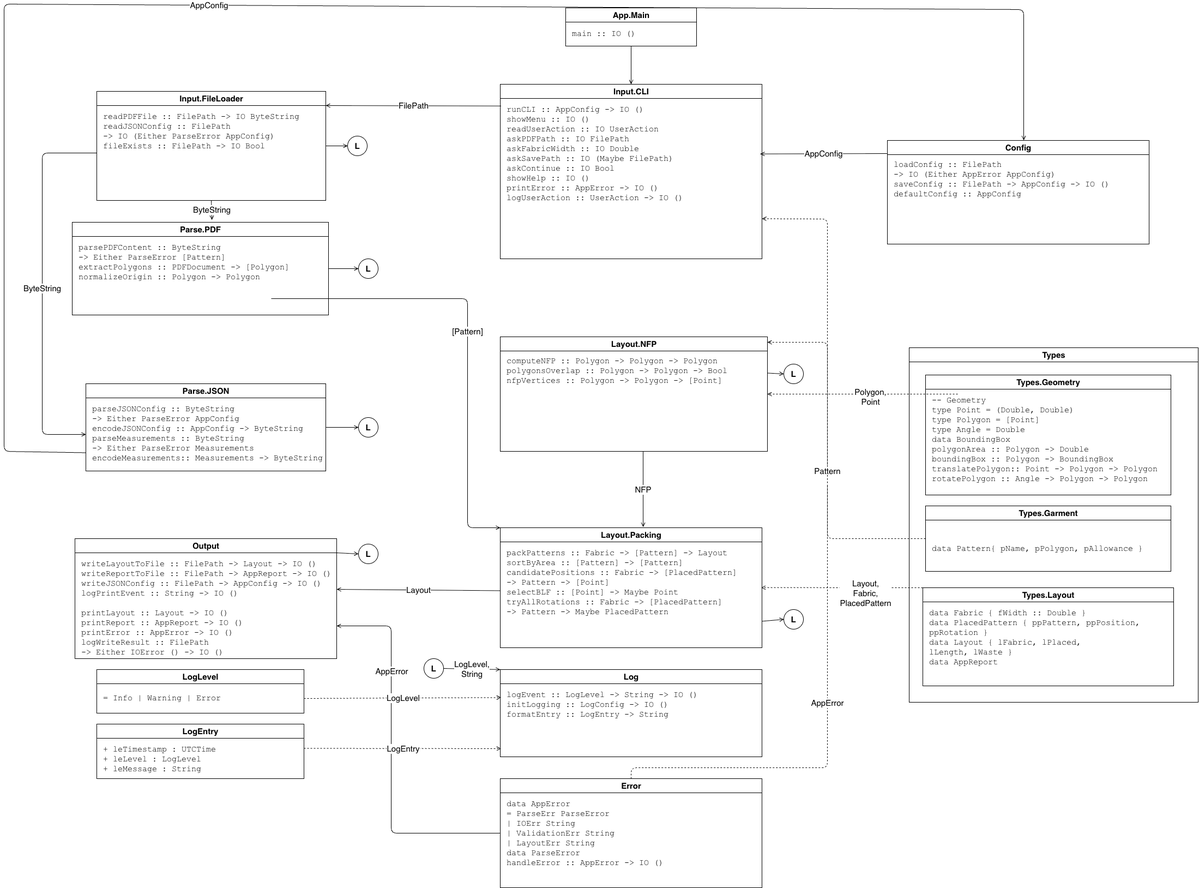
Lenebik/Fabrick_Packer keeps this draw.io diagram as module.png. Above is the earlier version. Source tidied: cells renumbered, new cells last; positions are measured from the earlier drawing's top-left corner, leaving out a move shared by most shapes.
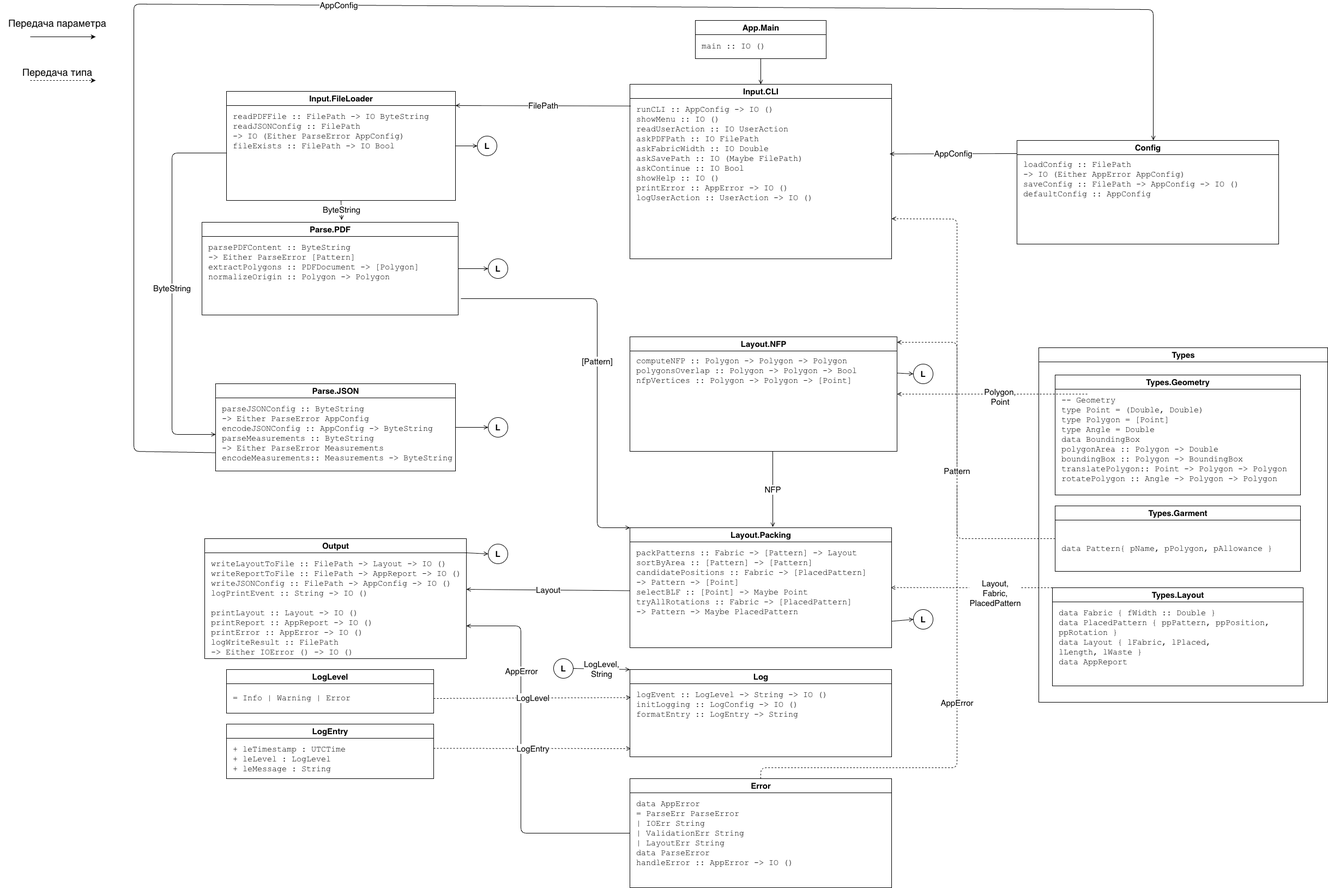
The same file after the commit.

What changed in the source:
```diff
@@ -3,7 +3,7 @@
     <mxCell id="0" />
     <mxCell id="1" parent="0" />
     <mxCell id="2" value="App.Main" style="swimlane;fontStyle=1;align=center;startSize=26;html=1;fillColor=#ffffff;strokeColor=#000000;rounded=0;fontSize=15;" parent="1" vertex="1">
-      <mxGeometry x="1030" y="7" width="240" height="70" as="geometry" />
+      <mxGeometry x="1030" y="30" width="240" height="70" as="geometry" />
     </mxCell>
     <mxCell id="3" value="main :: IO ()" style="text;align=left;verticalAlign=middle;spacingLeft=10;fontFamily=Courier New;fontSize=15;html=1;strokeColor=none;fillColor=none;" parent="2" vertex="1">
       <mxGeometry y="26" width="240" height="44" as="geometry" />
@@ -151,7 +151,7 @@
     </mxCell>
     <mxCell id="47" value="[Pattern]" style="endArrow=open;html=1;entryX=0;entryY=0;entryDx=0;entryDy=0;strokeColor=#000000;fontSize=15;" parent="1" edge="1" target="14">
       <mxGeometry relative="1" as="geometry">
-        <mxPoint x="490" y="540" as="sourcePoint" />
+        <mxPoint x="600" y="540" as="sourcePoint" />
         <Array as="points">
           <mxPoint x="850" y="540" />
           <mxPoint x="850" y="740" />
@@ -238,5 +238,23 @@
     <mxCell id="64" value="Types" style="swimlane;fontStyle=1;align=center;startSize=26;html=1;fillColor=#ffffff;strokeColor=#000000;rounded=0;fontSize=15;" parent="1" vertex="1">
       <mxGeometry x="1660" y="630" width="530" height="650" as="geometry" />
     </mxCell>
+    <mxCell id="65" style="endArrow=classic;html=1;rounded=0;" parent="1" edge="1">
+      <mxGeometry relative="1" as="geometry">
+        <mxPoint x="-190" y="60" as="sourcePoint" />
+        <mxPoint x="-70" y="60" as="targetPoint" />
+      </mxGeometry>
+    </mxCell>
+    <mxCell id="66" style="endArrow=classic;html=1;rounded=0;dashed=1;" parent="1" edge="1">
+      <mxGeometry relative="1" as="geometry">
+        <mxPoint x="-190" y="140" as="sourcePoint" />
+        <mxPoint x="-70" y="140" as="targetPoint" />
+      </mxGeometry>
+    </mxCell>
+    <mxCell id="67" value="&lt;font style=&quot;font-size: 18px;&quot;&gt;Передача типа&lt;/font&gt;" style="text;html=1;whiteSpace=wrap;strokeColor=none;fillColor=none;align=center;verticalAlign=middle;rounded=0;" parent="1" vertex="1">
+      <mxGeometry x="-210" y="110" width="140" height="30" as="geometry" />
+    </mxCell>
+    <mxCell id="68" value="&lt;font style=&quot;font-size: 18px;&quot;&gt;Передача параметра&lt;/font&gt;" style="text;html=1;whiteSpace=wrap;strokeColor=none;fillColor=none;align=center;verticalAlign=middle;rounded=0;" parent="1" vertex="1">
+      <mxGeometry x="-245" y="20" width="210" height="30" as="geometry" />
+    </mxCell>
   </root>
 </mxGraphModel>
```
